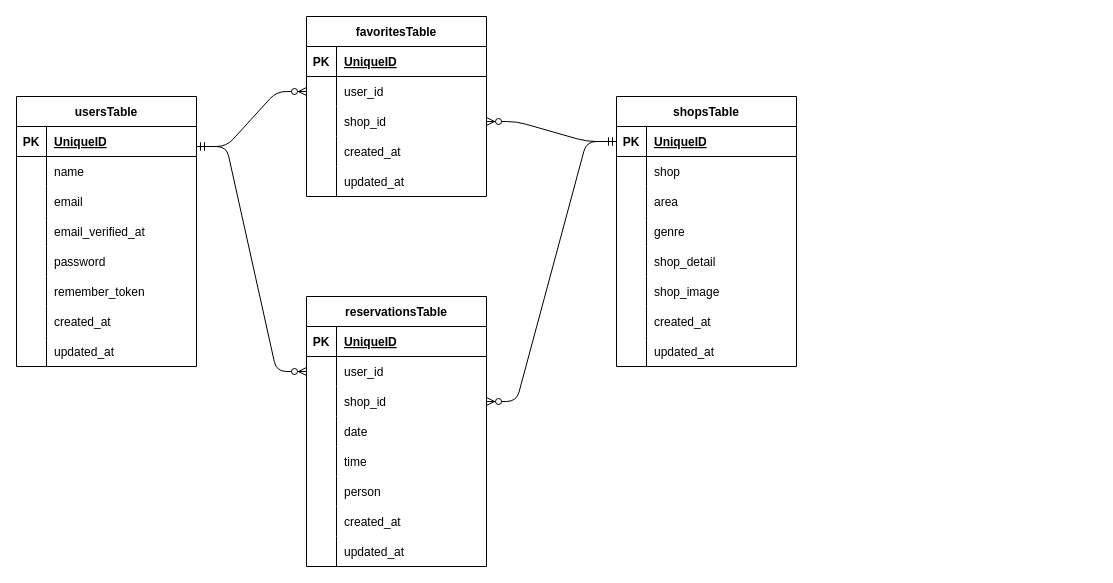
Above: er.dio in Chayney/reservation (draw.io), before the change. Source tidied: cells renumbered, new cells numbered last; positions are measured from the earlier drawing's top-left corner, leaving out a move shared by most shapes. Both pictures are drawn from the tidied source at 100%, with x=0, y=0 at pixel (16, 16).
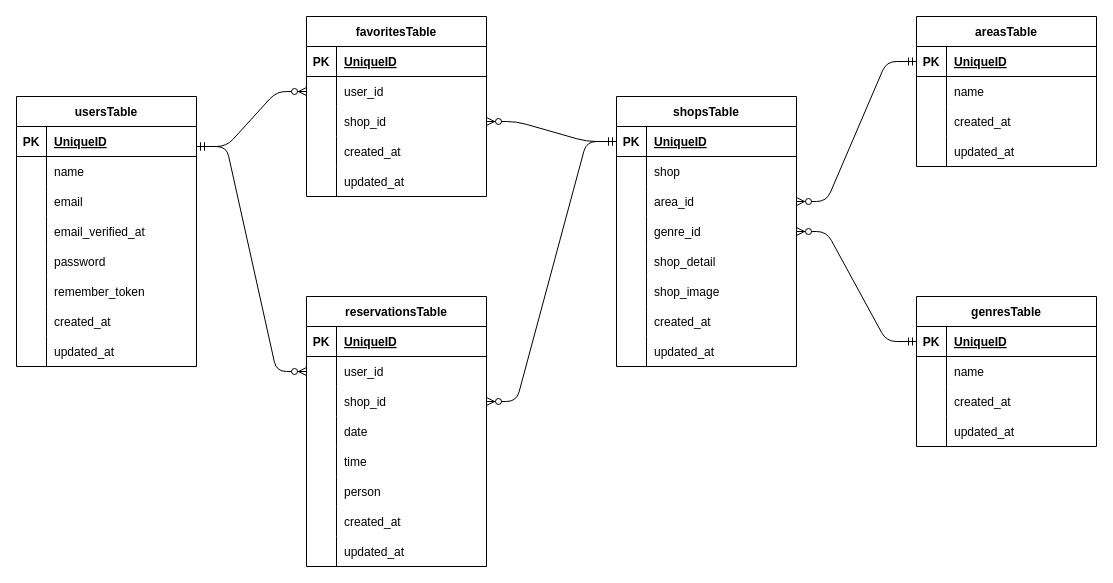
After the change.

The change refers to these unchanged cells:
```xml
<mxCell id="75" style="shape=tableRow;horizontal=0;startSize=0;swimlaneHead=0;swimlaneBody=0;fillColor=none;points=[[0,0.5],[1,0.5]];portConstraint=eastwest;top=0;left=0;right=0;bottom=0;" parent="68" vertex="1">
  <mxGeometry y="90" width="180" height="30" as="geometry" />
</mxCell>
<mxCell id="78" style="shape=tableRow;horizontal=0;startSize=0;swimlaneHead=0;swimlaneBody=0;fillColor=none;points=[[0,0.5],[1,0.5]];portConstraint=eastwest;top=0;left=0;right=0;bottom=0;" parent="68" vertex="1">
  <mxGeometry y="120" width="180" height="30" as="geometry" />
</mxCell>
```

Change to the diagram source:
```diff
@@
-    <mxCell id="77" value="area" style="shape=partialRectangle;fillColor=none;top=0;left=0;bottom=0;right=0;align=left;spacingLeft=6;overflow=hidden;" parent="75" vertex="1">
+    <mxCell id="77" value="area_id" style="shape=partialRectangle;fillColor=none;top=0;left=0;bottom=0;right=0;align=left;spacingLeft=6;overflow=hidden;" parent="75" vertex="1">
       <mxGeometry x="30" width="150" height="30" as="geometry" />
     </mxCell>
@@
-    <mxCell id="80" value="genre" style="shape=partialRectangle;fillColor=none;top=0;left=0;bottom=0;right=0;align=left;spacingLeft=6;overflow=hidden;" parent="78" vertex="1">
+    <mxCell id="80" value="genre_id" style="shape=partialRectangle;fillColor=none;top=0;left=0;bottom=0;right=0;align=left;spacingLeft=6;overflow=hidden;" parent="78" vertex="1">
       <mxGeometry x="30" width="150" height="30" as="geometry" />
     </mxCell>
@@
+    <mxCell id="97" value="areasTable" style="shape=table;startSize=30;childLayout=tableLayout;rowLines=0;fontStyle=1;align=center;" parent="1" vertex="1">
+      <mxGeometry x="900" width="180" height="150" as="geometry" />
+    </mxCell>
+    <mxCell id="98" style="shape=tableRow;horizontal=0;startSize=0;swimlaneHead=0;swimlaneBody=0;fillColor=none;points=[[0,0.5],[1,0.5]];portConstraint=eastwest;top=0;left=0;right=0;bottom=1;" parent="97" vertex="1">
+      <mxGeometry y="30" width="180" height="30" as="geometry" />
+    </mxCell>
+    <mxCell id="99" value="PK" style="shape=partialRectangle;fillColor=none;top=0;left=0;bottom=0;right=0;fontStyle=1;overflow=hidden;" parent="98" vertex="1">
+      <mxGeometry width="30" height="30" as="geometry" />
+    </mxCell>
+    <mxCell id="100" value="UniqueID" style="shape=partialRectangle;fillColor=none;top=0;left=0;bottom=0;right=0;align=left;spacingLeft=6;fontStyle=5;overflow=hidden;" parent="98" vertex="1">
+      <mxGeometry x="30" width="150" height="30" as="geometry" />
+    </mxCell>
+    <mxCell id="101" style="shape=tableRow;horizontal=0;startSize=0;swimlaneHead=0;swimlaneBody=0;fillColor=none;top=0;left=0;right=0;bottom=0;" parent="97" vertex="1">
+      <mxGeometry y="60" width="180" height="30" as="geometry" />
+    </mxCell>
+    <mxCell id="102" style="shape=partialRectangle;fillColor=none;top=0;left=0;bottom=0;right=0;overflow=hidden;" parent="101" vertex="1">
+      <mxGeometry width="30" height="30" as="geometry" />
+    </mxCell>
+    <mxCell id="103" value="name" style="shape=partialRectangle;fillColor=none;top=0;left=0;bottom=0;right=0;align=left;spacingLeft=6;overflow=hidden;" parent="101" vertex="1">
+      <mxGeometry x="30" width="150" height="30" as="geometry" />
+    </mxCell>
+    <mxCell id="104" style="shape=tableRow;horizontal=0;startSize=0;swimlaneHead=0;swimlaneBody=0;fillColor=none;top=0;left=0;right=0;bottom=0;" parent="97" vertex="1">
+      <mxGeometry y="90" width="180" height="30" as="geometry" />
+    </mxCell>
+    <mxCell id="105" style="shape=partialRectangle;fillColor=none;top=0;left=0;bottom=0;right=0;overflow=hidden;" parent="104" vertex="1">
+      <mxGeometry width="30" height="30" as="geometry" />
+    </mxCell>
+    <mxCell id="106" value="created_at" style="shape=partialRectangle;fillColor=none;top=0;left=0;bottom=0;right=0;align=left;spacingLeft=6;overflow=hidden;" parent="104" vertex="1">
+      <mxGeometry x="30" width="150" height="30" as="geometry" />
+    </mxCell>
+    <mxCell id="107" style="shape=tableRow;horizontal=0;startSize=0;swimlaneHead=0;swimlaneBody=0;fillColor=none;top=0;left=0;right=0;bottom=0;" parent="97" vertex="1">
+      <mxGeometry y="120" width="180" height="30" as="geometry" />
+    </mxCell>
+    <mxCell id="108" style="shape=partialRectangle;fillColor=none;top=0;left=0;bottom=0;right=0;overflow=hidden;" parent="107" vertex="1">
+      <mxGeometry width="30" height="30" as="geometry" />
+    </mxCell>
+    <mxCell id="109" value="updated_at" style="shape=partialRectangle;fillColor=none;top=0;left=0;bottom=0;right=0;align=left;spacingLeft=6;overflow=hidden;" parent="107" vertex="1">
+      <mxGeometry x="30" width="150" height="30" as="geometry" />
+    </mxCell>
+    <mxCell id="110" value="genresTable" style="shape=table;startSize=30;childLayout=tableLayout;rowLines=0;fontStyle=1;align=center;" parent="1" vertex="1">
+      <mxGeometry x="900" y="280" width="180" height="150" as="geometry" />
+    </mxCell>
+    <mxCell id="111" style="shape=tableRow;horizontal=0;startSize=0;swimlaneHead=0;swimlaneBody=0;fillColor=none;points=[[0,0.5],[1,0.5]];portConstraint=eastwest;top=0;left=0;right=0;bottom=1;" parent="110" vertex="1">
+      <mxGeometry y="30" width="180" height="30" as="geometry" />
+    </mxCell>
+    <mxCell id="112" value="PK" style="shape=partialRectangle;fillColor=none;top=0;left=0;bottom=0;right=0;fontStyle=1;overflow=hidden;" parent="111" vertex="1">
+      <mxGeometry width="30" height="30" as="geometry" />
+    </mxCell>
+    <mxCell id="113" value="UniqueID" style="shape=partialRectangle;fillColor=none;top=0;left=0;bottom=0;right=0;align=left;spacingLeft=6;fontStyle=5;overflow=hidden;" parent="111" vertex="1">
+      <mxGeometry x="30" width="150" height="30" as="geometry" />
+    </mxCell>
+    <mxCell id="114" style="shape=tableRow;horizontal=0;startSize=0;swimlaneHead=0;swimlaneBody=0;fillColor=none;top=0;left=0;right=0;bottom=0;" parent="110" vertex="1">
+      <mxGeometry y="60" width="180" height="30" as="geometry" />
+    </mxCell>
+    <mxCell id="115" style="shape=partialRectangle;fillColor=none;top=0;left=0;bottom=0;right=0;overflow=hidden;" parent="114" vertex="1">
+      <mxGeometry width="30" height="30" as="geometry" />
+    </mxCell>
+    <mxCell id="116" value="name" style="shape=partialRectangle;fillColor=none;top=0;left=0;bottom=0;right=0;align=left;spacingLeft=6;overflow=hidden;" parent="114" vertex="1">
+      <mxGeometry x="30" width="150" height="30" as="geometry" />
+    </mxCell>
+    <mxCell id="117" style="shape=tableRow;horizontal=0;startSize=0;swimlaneHead=0;swimlaneBody=0;fillColor=none;top=0;left=0;right=0;bottom=0;" parent="110" vertex="1">
+      <mxGeometry y="90" width="180" height="30" as="geometry" />
+    </mxCell>
+    <mxCell id="118" style="shape=partialRectangle;fillColor=none;top=0;left=0;bottom=0;right=0;overflow=hidden;" parent="117" vertex="1">
+      <mxGeometry width="30" height="30" as="geometry" />
+    </mxCell>
+    <mxCell id="119" value="created_at" style="shape=partialRectangle;fillColor=none;top=0;left=0;bottom=0;right=0;align=left;spacingLeft=6;overflow=hidden;" parent="117" vertex="1">
+      <mxGeometry x="30" width="150" height="30" as="geometry" />
+    </mxCell>
+    <mxCell id="120" style="shape=tableRow;horizontal=0;startSize=0;swimlaneHead=0;swimlaneBody=0;fillColor=none;top=0;left=0;right=0;bottom=0;" parent="110" vertex="1">
+      <mxGeometry y="120" width="180" height="30" as="geometry" />
+    </mxCell>
+    <mxCell id="121" style="shape=partialRectangle;fillColor=none;top=0;left=0;bottom=0;right=0;overflow=hidden;" parent="120" vertex="1">
+      <mxGeometry width="30" height="30" as="geometry" />
+    </mxCell>
+    <mxCell id="122" value="updated_at" style="shape=partialRectangle;fillColor=none;top=0;left=0;bottom=0;right=0;align=left;spacingLeft=6;overflow=hidden;" parent="120" vertex="1">
+      <mxGeometry x="30" width="150" height="30" as="geometry" />
+    </mxCell>
+    <mxCell id="123" style="edgeStyle=entityRelationEdgeStyle;fontSize=12;html=1;endArrow=ERzeroToMany;startArrow=ERmandOne;entryX=1;entryY=0.5;entryDx=0;entryDy=0;exitX=0;exitY=0.5;exitDx=0;exitDy=0;" parent="1" edge="1" source="98" target="75">
+      <mxGeometry relative="1" as="geometry" />
+    </mxCell>
+    <mxCell id="124" style="edgeStyle=entityRelationEdgeStyle;fontSize=12;html=1;endArrow=ERzeroToMany;startArrow=ERmandOne;entryX=1;entryY=0.5;entryDx=0;entryDy=0;exitX=0;exitY=0.5;exitDx=0;exitDy=0;" parent="1" edge="1" source="111" target="78">
+      <mxGeometry relative="1" as="geometry" />
+    </mxCell>
```
